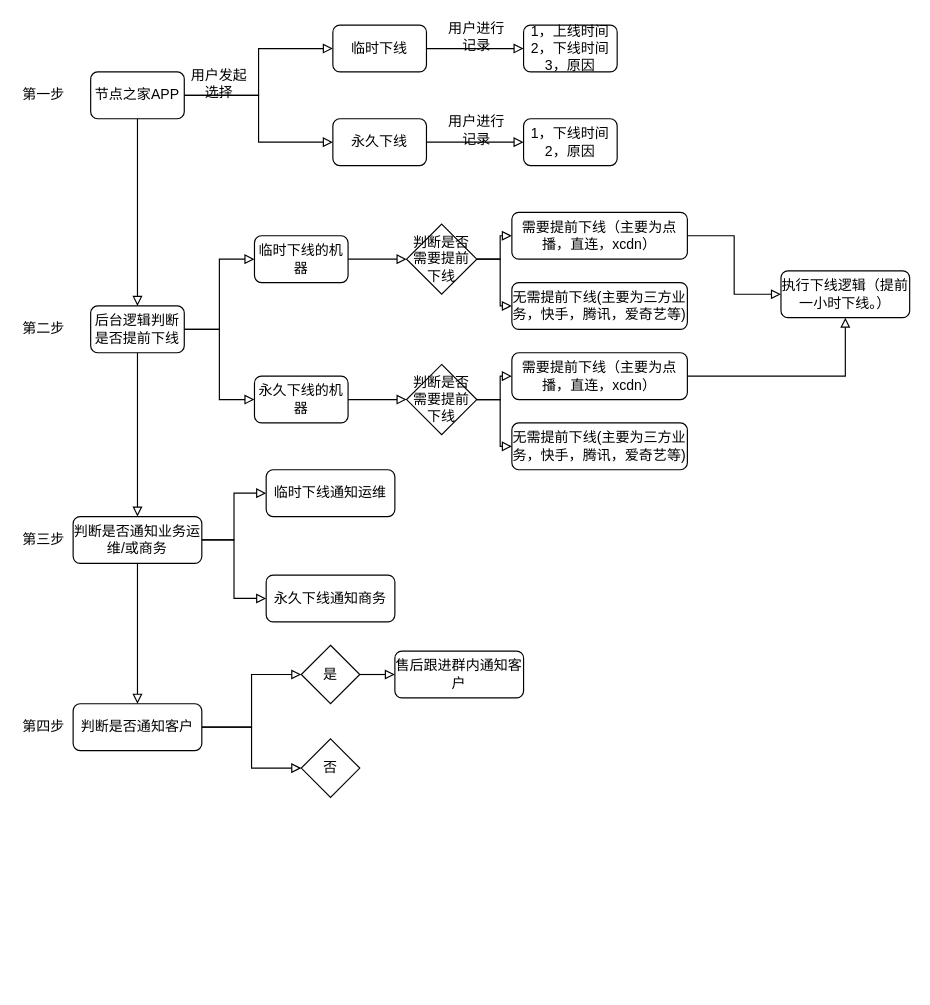
The draw.io diagram AO_draft.drawio in Henryblankwu/untitled7, before the edit. Source tidied: cells renumbered, new cells numbered last; positions are measured from the earlier drawing's top-left corner, leaving out a move shared by most shapes. Both pictures are drawn from the tidied source at 117%, with x=0, y=0 at pixel (20, 25).
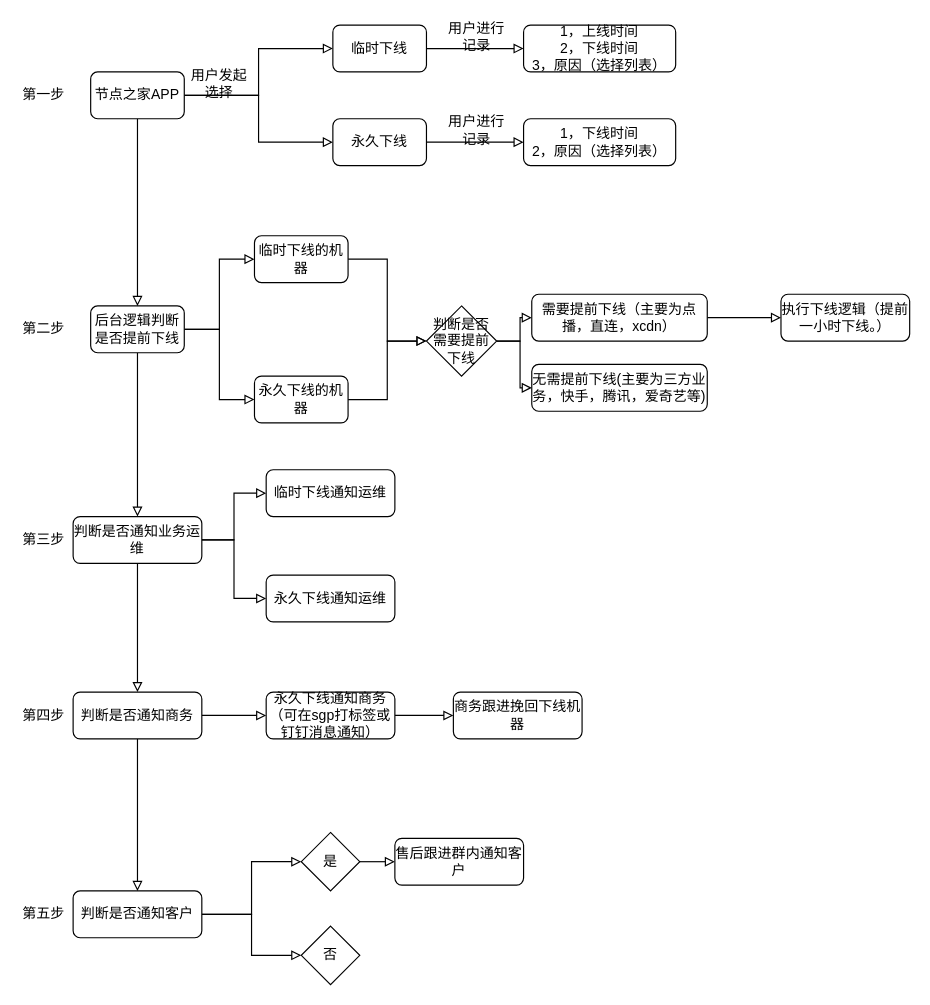
Above is the later version.

Unchanged cells that the change refers to:
```xml
<mxCell id="22" value="临时下线的机器" style="rounded=1;whiteSpace=wrap;html=1;" parent="1" vertex="1">
  <mxGeometry x="200" y="180" width="80" height="40" as="geometry" />
</mxCell>
<mxCell id="24" value="永久下线的机器" style="rounded=1;whiteSpace=wrap;html=1;" parent="1" vertex="1">
  <mxGeometry x="200" y="300" width="80" height="40" as="geometry" />
</mxCell>
```

What changed in the source:
```diff
@@
-    <mxCell id="12" value="1，上线时间&lt;br&gt;2，下线时间&lt;br&gt;3，原因" style="rounded=1;whiteSpace=wrap;html=1;" parent="1" vertex="1">
-      <mxGeometry x="430" width="80" height="40" as="geometry" />
+    <mxCell id="12" value="1，上线时间&lt;br&gt;2，下线时间&lt;br&gt;3，原因（选择列表）" style="rounded=1;whiteSpace=wrap;html=1;" parent="1" vertex="1">
+      <mxGeometry x="430" width="130" height="40" as="geometry" />
     </mxCell>
-    <mxCell id="13" value="1，下线时间&lt;br&gt;2，原因" style="rounded=1;whiteSpace=wrap;html=1;" parent="1" vertex="1">
-      <mxGeometry x="430" y="80" width="80" height="40" as="geometry" />
+    <mxCell id="13" value="1，下线时间&lt;br&gt;2，原因（选择列表）" style="rounded=1;whiteSpace=wrap;html=1;" parent="1" vertex="1">
+      <mxGeometry x="430" y="80" width="130" height="40" as="geometry" />
     </mxCell>
@@
-    <mxCell id="21" style="edgeStyle=orthogonalEdgeStyle;rounded=0;jettySize=auto;html=1;exitX=1;exitY=0.5;exitDx=0;exitDy=0;endArrow=block;endFill=0;" parent="1" edge="1" source="22" target="31">
+    <mxCell id="21" style="edgeStyle=orthogonalEdgeStyle;rounded=0;jettySize=auto;html=1;exitX=1;exitY=0.5;exitDx=0;exitDy=0;entryX=0;entryY=0.5;entryDx=0;entryDy=0;endArrow=block;endFill=0;" parent="1" edge="1" source="22" target="31">
       <mxGeometry relative="1" as="geometry" />
     </mxCell>
@@
-    <mxCell id="23" style="edgeStyle=orthogonalEdgeStyle;rounded=0;jettySize=auto;html=1;exitX=1;exitY=0.5;exitDx=0;exitDy=0;entryX=0;entryY=0.5;entryDx=0;entryDy=0;endArrow=block;endFill=0;" parent="1" edge="1" source="24" target="42">
-      <mxGeometry relative="1" as="geometry" />
-    </mxCell>
+    <mxCell id="53" style="edgeStyle=orthogonalEdgeStyle;rounded=0;jettySize=auto;html=1;exitX=1;exitY=0.5;exitDx=0;exitDy=0;entryX=0;entryY=0.5;entryDx=0;entryDy=0;endArrow=block;endFill=0;" parent="1" edge="1" source="24" target="31">
+      <mxGeometry relative="1" as="geometry" />
+    </mxCell>
@@
     <mxCell id="26" value="需要提前下线（主要为点播，直连，xcdn）" style="rounded=1;whiteSpace=wrap;html=1;" parent="1" vertex="1">
-      <mxGeometry x="420" y="160" width="150" height="40" as="geometry" />
+      <mxGeometry x="437" y="230" width="150" height="40" as="geometry" />
     </mxCell>
     <mxCell id="27" value="无需提前下线(主要为三方业务，快手，腾讯，爱奇艺等)" style="rounded=1;whiteSpace=wrap;html=1;" parent="1" vertex="1">
-      <mxGeometry x="420" y="220" width="150" height="40" as="geometry" />
+      <mxGeometry x="437" y="290" width="150" height="40" as="geometry" />
     </mxCell>
     <mxCell id="28" value="执行下线逻辑（提前一小时下线。）" style="rounded=1;whiteSpace=wrap;html=1;" parent="1" vertex="1">
-      <mxGeometry x="650" y="210" width="110" height="40" as="geometry" />
+      <mxGeometry x="650" y="230" width="110" height="40" as="geometry" />
     </mxCell>
@@
     <mxCell id="31" value="判断是否需要提前下线" style="rhombus;whiteSpace=wrap;html=1;" parent="1" vertex="1">
-      <mxGeometry x="330" y="170" width="60" height="60" as="geometry" />
+      <mxGeometry x="347" y="240" width="60" height="60" as="geometry" />
     </mxCell>
@@
-    <mxCell id="34" style="edgeStyle=orthogonalEdgeStyle;rounded=0;jettySize=auto;html=1;exitX=0.5;exitY=1;exitDx=0;exitDy=0;endArrow=block;endFill=0;" parent="1" edge="1" source="35" target="47">
-      <mxGeometry relative="1" as="geometry" />
-    </mxCell>
+    <mxCell id="54" style="edgeStyle=orthogonalEdgeStyle;rounded=0;jettySize=auto;html=1;exitX=0.5;exitY=1;exitDx=0;exitDy=0;entryX=0.5;entryY=0;entryDx=0;entryDy=0;endArrow=block;endFill=0;" parent="1" edge="1" source="35" target="57">
+      <mxGeometry relative="1" as="geometry" />
+    </mxCell>
-    <mxCell id="35" value="判断是否通知业务运维/或商务" style="rounded=1;whiteSpace=wrap;html=1;" parent="1" vertex="1">
+    <mxCell id="35" value="判断是否通知业务运维" style="rounded=1;whiteSpace=wrap;html=1;" parent="1" vertex="1">
       <mxGeometry x="45" y="420" width="110" height="40" as="geometry" />
     </mxCell>
@@
-    <mxCell id="37" style="edgeStyle=orthogonalEdgeStyle;rounded=0;jettySize=auto;html=1;exitX=1;exitY=0.5;exitDx=0;exitDy=0;endArrow=block;endFill=0;" parent="1" edge="1" source="38" target="28">
-      <mxGeometry relative="1" as="geometry" />
-    </mxCell>
-    <mxCell id="38" value="需要提前下线（主要为点播，直连，xcdn）" style="rounded=1;whiteSpace=wrap;html=1;" parent="1" vertex="1">
-      <mxGeometry x="420" y="280" width="150" height="40" as="geometry" />
-    </mxCell>
-    <mxCell id="39" value="无需提前下线(主要为三方业务，快手，腾讯，爱奇艺等)" style="rounded=1;whiteSpace=wrap;html=1;" parent="1" vertex="1">
-      <mxGeometry x="420" y="340" width="150" height="40" as="geometry" />
-    </mxCell>
-    <mxCell id="40" style="edgeStyle=orthogonalEdgeStyle;rounded=0;jettySize=auto;html=1;exitX=1;exitY=0.5;exitDx=0;exitDy=0;endArrow=block;endFill=0;" parent="1" edge="1" source="42" target="38">
-      <mxGeometry relative="1" as="geometry" />
-    </mxCell>
-    <mxCell id="41" style="edgeStyle=orthogonalEdgeStyle;rounded=0;jettySize=auto;html=1;exitX=1;exitY=0.5;exitDx=0;exitDy=0;endArrow=block;endFill=0;" parent="1" edge="1" source="42" target="39">
-      <mxGeometry relative="1" as="geometry" />
-    </mxCell>
-    <mxCell id="42" value="判断是否需要提前下线" style="rhombus;whiteSpace=wrap;html=1;" parent="1" vertex="1">
-      <mxGeometry x="330" y="290" width="60" height="60" as="geometry" />
-    </mxCell>
@@
-    <mxCell id="44" value="永久下线通知商务" style="rounded=1;whiteSpace=wrap;html=1;" parent="1" vertex="1">
+    <mxCell id="44" value="永久下线通知运维" style="rounded=1;whiteSpace=wrap;html=1;" parent="1" vertex="1">
       <mxGeometry x="210" y="470" width="110" height="40" as="geometry" />
     </mxCell>
@@
     <mxCell id="47" value="判断是否通知客户" style="rounded=1;whiteSpace=wrap;html=1;" parent="1" vertex="1">
-      <mxGeometry x="45" y="580" width="110" height="40" as="geometry" />
+      <mxGeometry x="45" y="740" width="110" height="40" as="geometry" />
     </mxCell>
-    <mxCell id="48" value="第四步" style="text;html=1;strokeColor=none;fillColor=none;align=center;verticalAlign=middle;whiteSpace=wrap;rounded=0;" parent="1" vertex="1">
-      <mxGeometry y="590" width="40" height="20" as="geometry" />
+    <mxCell id="48" value="第五步" style="text;html=1;strokeColor=none;fillColor=none;align=center;verticalAlign=middle;whiteSpace=wrap;rounded=0;" parent="1" vertex="1">
+      <mxGeometry y="750" width="40" height="20" as="geometry" />
     </mxCell>
@@
     <mxCell id="50" value="是" style="rhombus;whiteSpace=wrap;html=1;" parent="1" vertex="1">
-      <mxGeometry x="240" y="530" width="50" height="50" as="geometry" />
+      <mxGeometry x="240" y="690" width="50" height="50" as="geometry" />
     </mxCell>
     <mxCell id="51" value="否" style="rhombus;whiteSpace=wrap;html=1;" parent="1" vertex="1">
-      <mxGeometry x="240" y="610" width="50" height="50" as="geometry" />
+      <mxGeometry x="240" y="770" width="50" height="50" as="geometry" />
     </mxCell>
     <mxCell id="52" value="售后跟进群内通知客户" style="rounded=1;whiteSpace=wrap;html=1;" parent="1" vertex="1">
-      <mxGeometry x="320" y="535" width="110" height="40" as="geometry" />
+      <mxGeometry x="320" y="695" width="110" height="40" as="geometry" />
     </mxCell>
+    <mxCell id="55" style="edgeStyle=orthogonalEdgeStyle;rounded=0;jettySize=auto;html=1;exitX=1;exitY=0.5;exitDx=0;exitDy=0;entryX=0;entryY=0.5;entryDx=0;entryDy=0;endArrow=block;endFill=0;" parent="1" edge="1" source="57" target="60">
+      <mxGeometry relative="1" as="geometry" />
+    </mxCell>
+    <mxCell id="56" style="edgeStyle=orthogonalEdgeStyle;rounded=0;jettySize=auto;html=1;exitX=0.5;exitY=1;exitDx=0;exitDy=0;endArrow=block;endFill=0;" parent="1" edge="1" source="57" target="47">
+      <mxGeometry relative="1" as="geometry" />
+    </mxCell>
+    <mxCell id="57" value="判断是否通知商务" style="rounded=1;whiteSpace=wrap;html=1;" parent="1" vertex="1">
+      <mxGeometry x="45" y="570" width="110" height="40" as="geometry" />
+    </mxCell>
+    <mxCell id="58" value="第四步" style="text;html=1;strokeColor=none;fillColor=none;align=center;verticalAlign=middle;whiteSpace=wrap;rounded=0;" parent="1" vertex="1">
+      <mxGeometry y="580" width="40" height="20" as="geometry" />
+    </mxCell>
+    <mxCell id="59" style="edgeStyle=orthogonalEdgeStyle;rounded=0;jettySize=auto;html=1;exitX=1;exitY=0.5;exitDx=0;exitDy=0;entryX=0;entryY=0.5;entryDx=0;entryDy=0;endArrow=block;endFill=0;" parent="1" edge="1" source="60" target="61">
+      <mxGeometry relative="1" as="geometry" />
+    </mxCell>
+    <mxCell id="60" value="永久下线通知商务（可在sgp打标签或钉钉消息通知）" style="rounded=1;whiteSpace=wrap;html=1;" parent="1" vertex="1">
+      <mxGeometry x="210" y="570" width="110" height="40" as="geometry" />
+    </mxCell>
+    <mxCell id="61" value="商务跟进挽回下线机器" style="rounded=1;whiteSpace=wrap;html=1;" parent="1" vertex="1">
+      <mxGeometry x="370" y="570" width="110" height="40" as="geometry" />
+    </mxCell>
```
